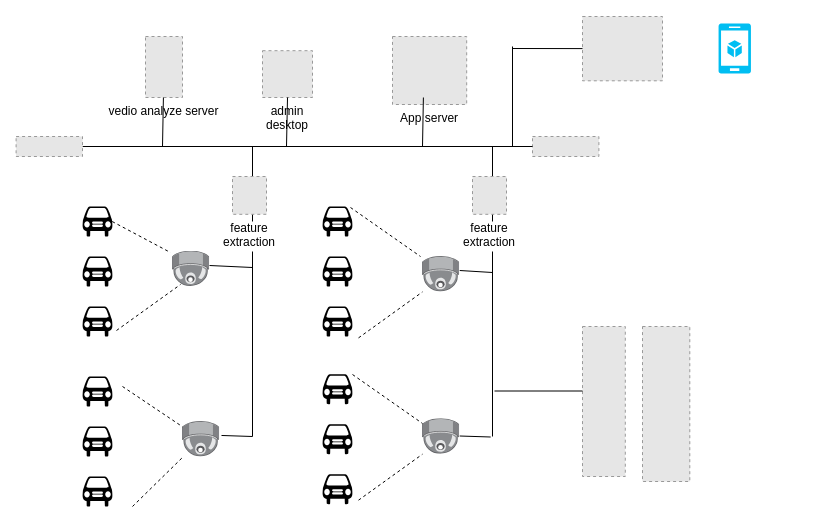
frankyzf/drawio keeps this draw.io diagram as carparking.drawio. Above is the earlier version. Source tidied: cells renumbered, new cells numbered last; positions are measured from the earlier drawing's top-left corner, leaving out a move shared by most shapes. Both pictures are drawn from the tidied source at 100%, with x=0, y=0 at pixel (16, 16). Pictures stored in the file or linked from it are replaced by grey dashed boxes.
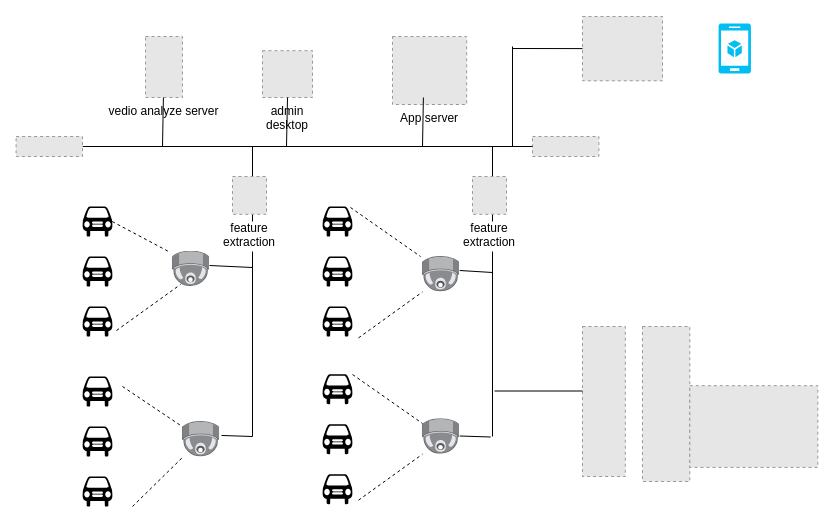
The same page after the edit.

Change to the diagram source:
```diff
@@
+    <mxCell id="50" style="fillColor=#E6E6E6;strokeColor=#999999;dashed=1;verticalLabelPosition=bottom;labelBackgroundColor=#ffffff;verticalAlign=top;" parent="1" vertex="1">
+      <mxGeometry x="673.3" y="369.2" width="128" height="81.7" as="geometry" />
+    </mxCell>
```
